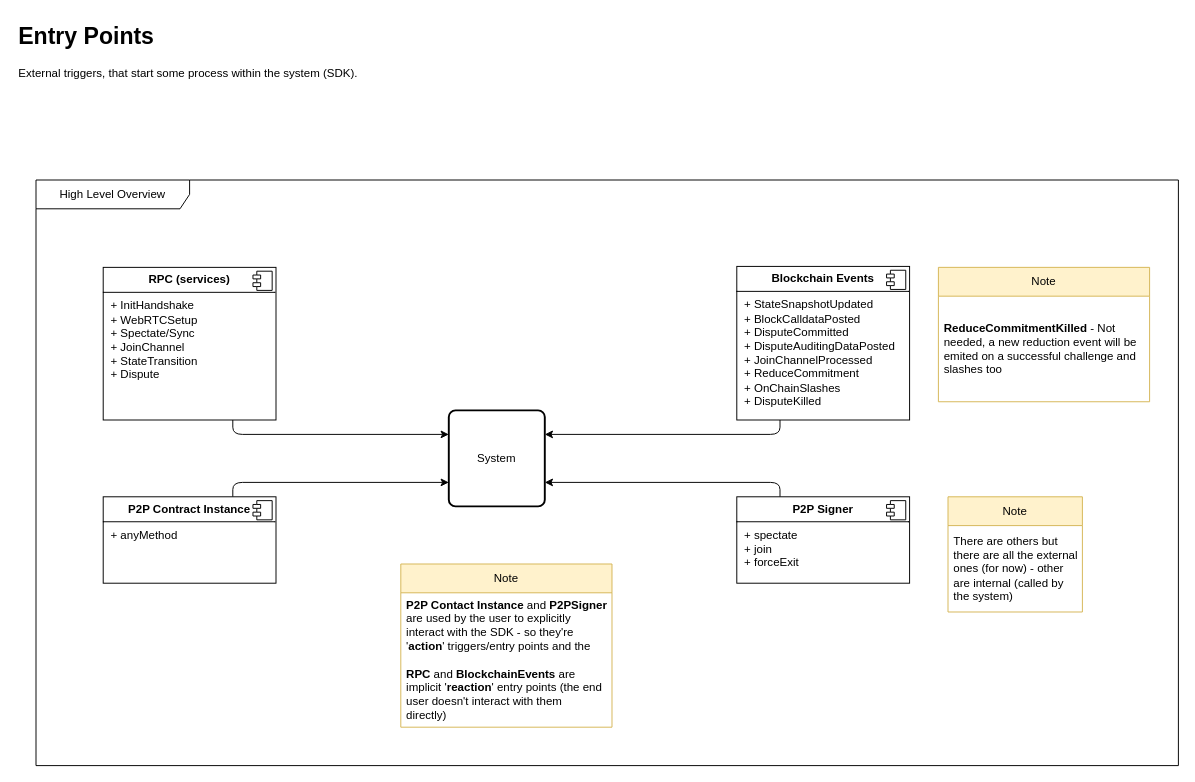
Before: page "Entry Points" (6 of 9) of diagrams/sdk.drawio in peer3to/state-channels-plus, a draw.io diagram. Source tidied: cells renumbered, new cells numbered last; positions are measured from the earlier drawing's top-left corner, leaving out a move shared by most shapes. Both pictures are drawn from the tidied source at 96%, with x=0, y=0 at pixel (16, 16).
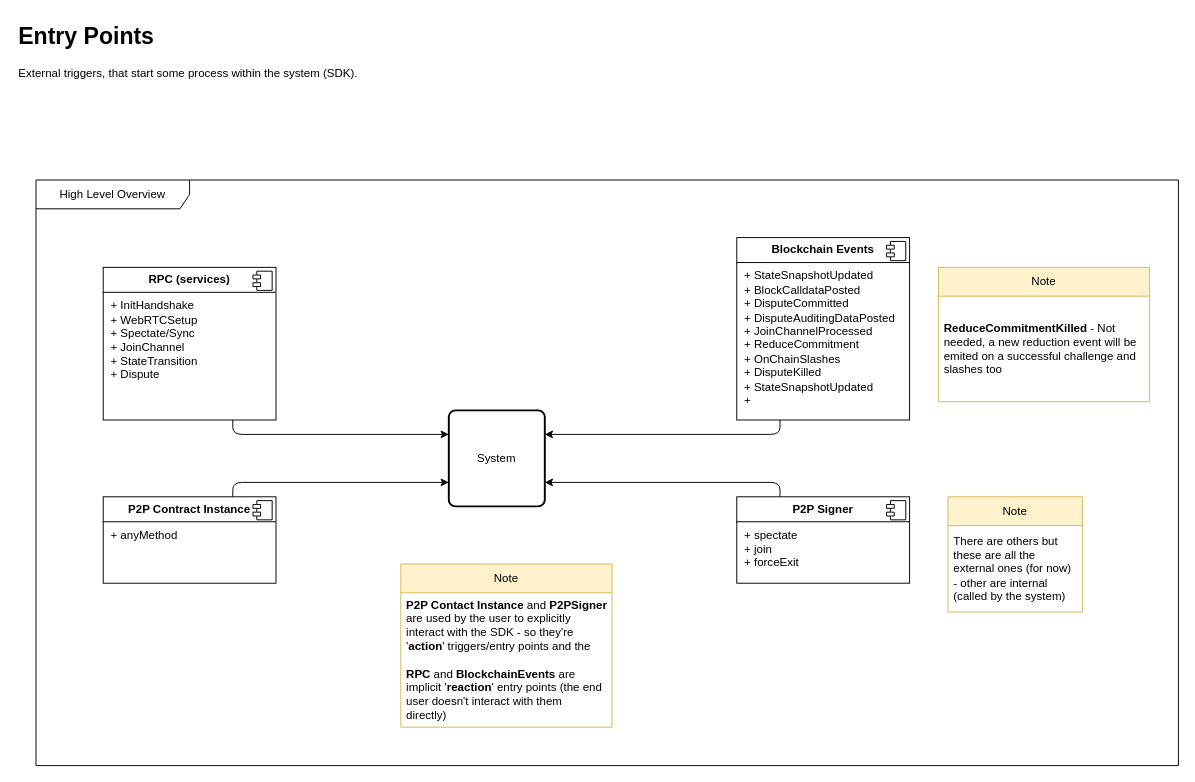
Above is the later version.

The change refers to these unchanged cells:
```xml
<mxCell id="2" value="High Level Overview" style="shape=umlFrame;whiteSpace=wrap;html=1;width=160;" parent="1" vertex="1">
  <mxGeometry x="20" y="170" width="1190" height="610" as="geometry" />
</mxCell>
<mxCell id="18" value="Note" style="swimlane;fontStyle=0;horizontal=1;startSize=30;whiteSpace=wrap;html=1;fillColor=#fff2cc;strokeColor=#d6b656;" parent="2" vertex="1">
  <mxGeometry x="950" y="330" width="140" height="120" as="geometry" />
</mxCell>
```

Change to the diagram source:
```diff
@@
-    <mxCell id="7" value="&lt;p style=&quot;margin:0px;margin-top:6px;text-align:center;&quot;&gt;&lt;b&gt;Blockchain Events&lt;/b&gt;&lt;/p&gt;&lt;hr size=&quot;1&quot; style=&quot;border-style:solid;&quot;&gt;&lt;p style=&quot;margin:0px;margin-left:8px;&quot;&gt;+ StateSnapshotUpdated&lt;br&gt;+ BlockCalldataPosted&lt;/p&gt;&lt;p style=&quot;margin:0px;margin-left:8px;&quot;&gt;+ DisputeCommitted&lt;/p&gt;&lt;p style=&quot;margin:0px;margin-left:8px;&quot;&gt;+ DisputeAuditingDataPosted&lt;/p&gt;&lt;p style=&quot;margin:0px;margin-left:8px;&quot;&gt;+ JoinChannelProcessed&lt;/p&gt;&lt;p style=&quot;margin:0px;margin-left:8px;&quot;&gt;+ ReduceCommitment&lt;/p&gt;&lt;p style=&quot;margin:0px;margin-left:8px;&quot;&gt;+ OnChainSlashes&lt;/p&gt;&lt;p style=&quot;margin:0px;margin-left:8px;&quot;&gt;+ DisputeKilled&lt;/p&gt;" style="align=left;overflow=fill;html=1;whiteSpace=wrap;" parent="2" vertex="1">
-      <mxGeometry x="730" y="90" width="180" height="160" as="geometry" />
+    <mxCell id="7" value="&lt;p style=&quot;margin:0px;margin-top:6px;text-align:center;&quot;&gt;&lt;b&gt;Blockchain Events&lt;/b&gt;&lt;/p&gt;&lt;hr size=&quot;1&quot; style=&quot;border-style:solid;&quot;&gt;&lt;p style=&quot;margin:0px;margin-left:8px;&quot;&gt;+ StateSnapshotUpdated&lt;br&gt;+ BlockCalldataPosted&lt;/p&gt;&lt;p style=&quot;margin:0px;margin-left:8px;&quot;&gt;+ DisputeCommitted&lt;/p&gt;&lt;p style=&quot;margin:0px;margin-left:8px;&quot;&gt;+ DisputeAuditingDataPosted&lt;/p&gt;&lt;p style=&quot;margin:0px;margin-left:8px;&quot;&gt;+ JoinChannelProcessed&lt;/p&gt;&lt;p style=&quot;margin:0px;margin-left:8px;&quot;&gt;+ ReduceCommitment&lt;/p&gt;&lt;p style=&quot;margin:0px;margin-left:8px;&quot;&gt;+ OnChainSlashes&lt;/p&gt;&lt;p style=&quot;margin:0px;margin-left:8px;&quot;&gt;+ DisputeKilled&lt;/p&gt;&lt;p style=&quot;margin:0px;margin-left:8px;&quot;&gt;+ StateSnapshotUpdated&lt;br&gt;+&lt;/p&gt;" style="align=left;overflow=fill;html=1;whiteSpace=wrap;" parent="2" vertex="1">
+      <mxGeometry x="730" y="60" width="180" height="190" as="geometry" />
     </mxCell>
@@
-    <mxCell id="19" value="There are others but there are all the external ones (for now) - other are internal (called by the system)" style="text;strokeColor=none;fillColor=none;align=left;verticalAlign=middle;spacingLeft=4;spacingRight=4;overflow=hidden;whiteSpace=wrap;html=1;" parent="18" vertex="1">
+    <mxCell id="19" value="There are others but these are all the external ones (for now) - other are internal (called by the system)" style="text;strokeColor=none;fillColor=none;align=left;verticalAlign=middle;spacingLeft=4;spacingRight=4;overflow=hidden;whiteSpace=wrap;html=1;" parent="18" vertex="1">
       <mxGeometry y="30" width="140" height="90" as="geometry" />
     </mxCell>
```
